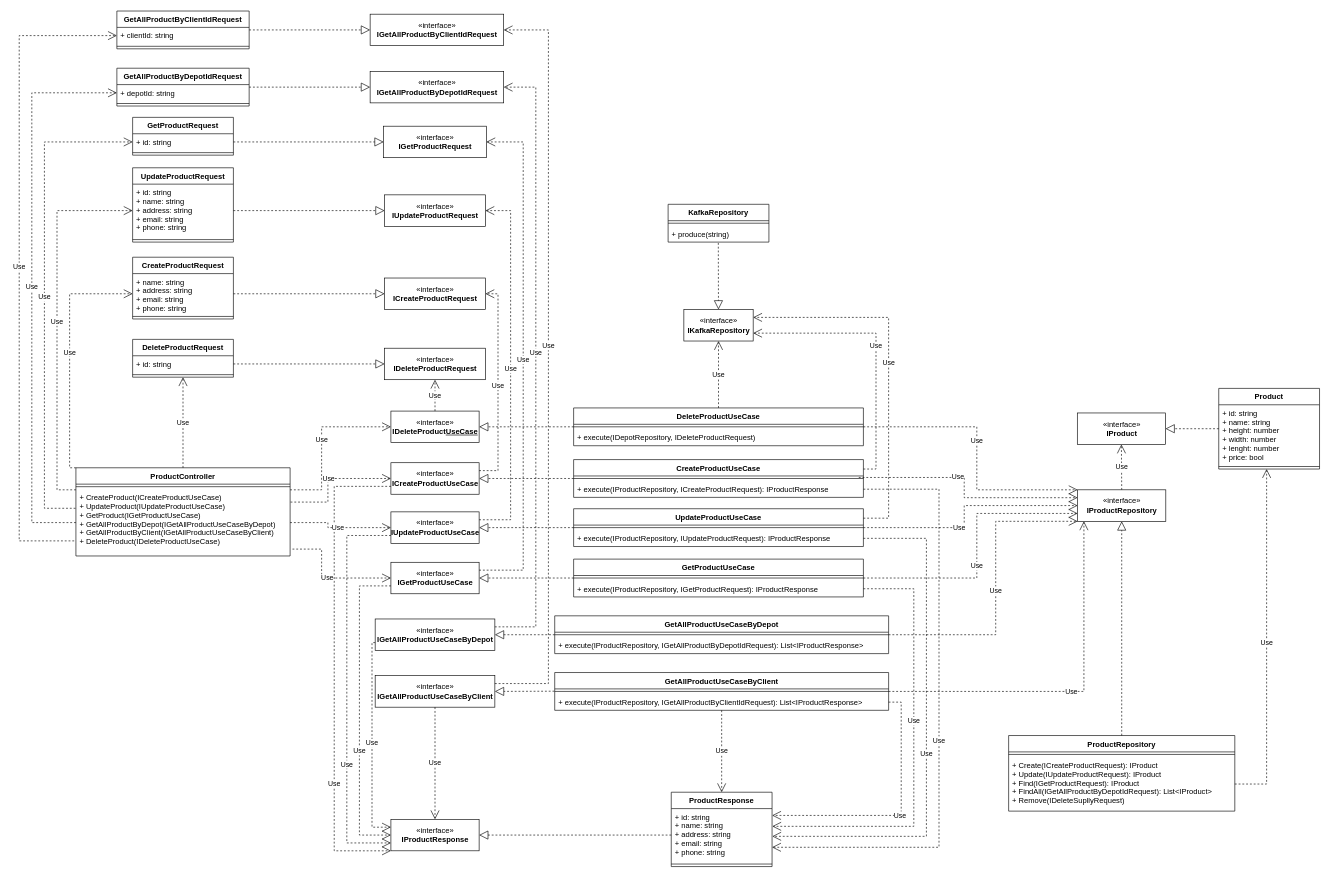
Above: project/diagrams/class-diagrams/products-service/products-service.drawio in bitols/logistics-services-management (draw.io), before the change. Source tidied: cells renumbered, new cells numbered last; positions are measured from the earlier drawing's top-left corner, leaving out a move shared by most shapes. Both pictures are drawn from the tidied source at 63%, with x=0, y=0 at pixel (19, 11).
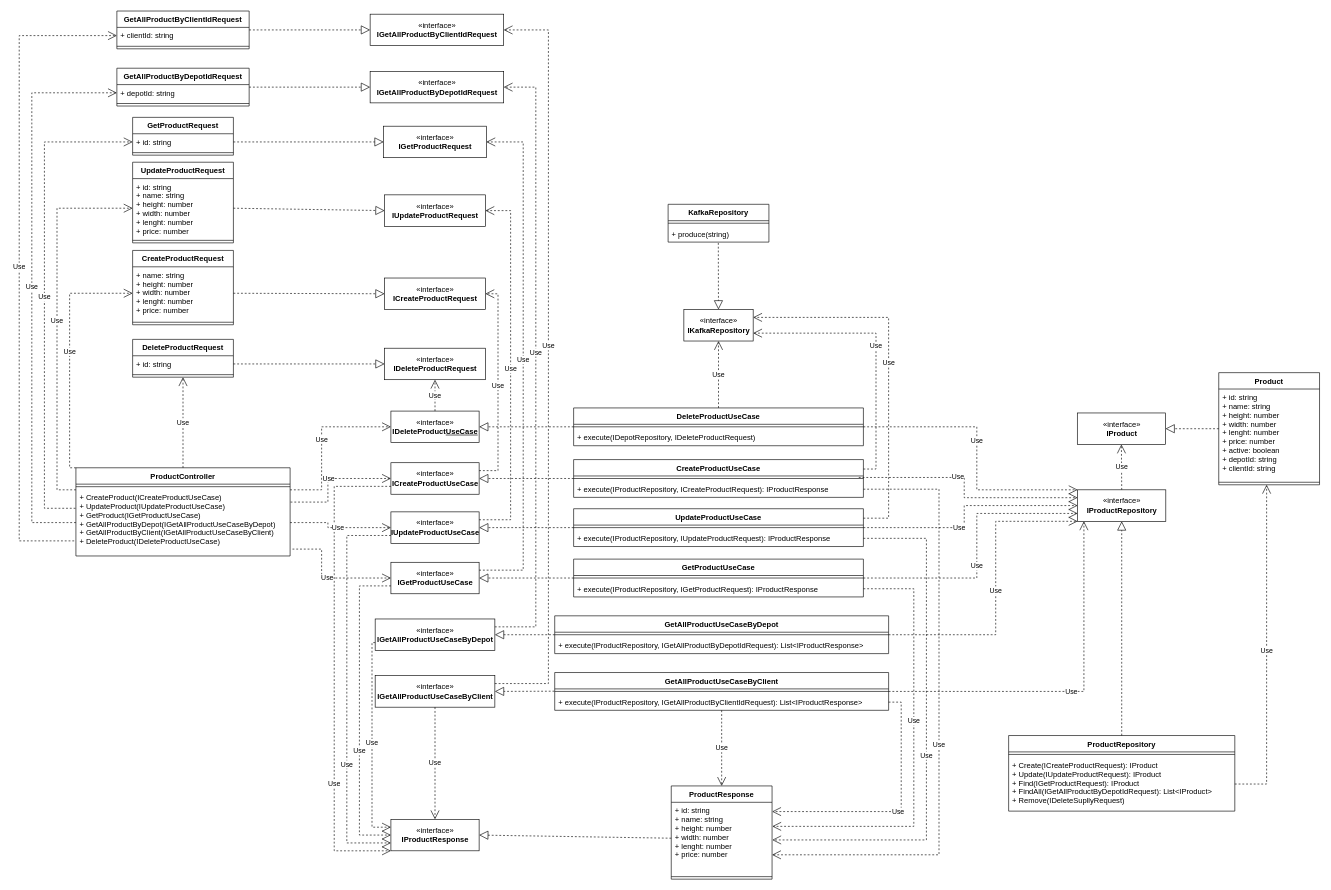
Above is the later version.

Diff of the diagram source:
```diff
@@
     <mxCell id="39" value="UpdateProductRequest" style="swimlane;fontStyle=1;align=center;verticalAlign=top;horizontal=1;startSize=26;" parent="1" vertex="1">
-      <mxGeometry x="180" y="248.8" width="160" height="118" as="geometry" />
+      <mxGeometry x="180" y="240" width="160" height="128" as="geometry" />
     </mxCell>
-    <mxCell id="40" value="+ id: string&#10;+ name: string&#10;+ address: string&#10;+ email: string&#10;+ phone: string" style="text;strokeColor=none;fillColor=none;align=left;verticalAlign=top;spacingLeft=4;spacingRight=4;overflow=hidden;points=[[0,0.5],[1,0.5]];portConstraint=eastwest;" parent="39" vertex="1">
-      <mxGeometry y="26" width="160" height="84" as="geometry" />
+    <mxCell id="40" value="+ id: string&#10;+ name: string&#10;+ height: number&#10;+ width: number&#10;+ lenght: number&#10;+ price: number" style="text;strokeColor=none;fillColor=none;align=left;verticalAlign=top;spacingLeft=4;spacingRight=4;overflow=hidden;points=[[0,0.5],[1,0.5]];portConstraint=eastwest;" parent="39" vertex="1">
+      <mxGeometry y="26" width="160" height="94" as="geometry" />
     </mxCell>
     <mxCell id="41" style="line;strokeWidth=1;fillColor=none;align=left;verticalAlign=middle;spacingTop=-1;spacingLeft=3;spacingRight=3;labelPosition=right;" parent="39" vertex="1">
-      <mxGeometry y="110" width="160" height="8" as="geometry" />
+      <mxGeometry y="120" width="160" height="8" as="geometry" />
     </mxCell>
     <mxCell id="42" value="CreateProductRequest" style="swimlane;fontStyle=1;align=center;verticalAlign=top;horizontal=1;startSize=26;" parent="1" vertex="1">
-      <mxGeometry x="180" y="390.8" width="160" height="98" as="geometry" />
+      <mxGeometry x="180" y="380" width="160" height="118" as="geometry" />
     </mxCell>
-    <mxCell id="43" value="+ name: string&#10;+ address: string&#10;+ email: string&#10;+ phone: string" style="text;strokeColor=none;fillColor=none;align=left;verticalAlign=top;spacingLeft=4;spacingRight=4;overflow=hidden;points=[[0,0.5],[1,0.5]];portConstraint=eastwest;" parent="42" vertex="1">
-      <mxGeometry y="26" width="160" height="64" as="geometry" />
+    <mxCell id="43" value="+ name: string&#10;+ height: number&#10;+ width: number&#10;+ lenght: number&#10;+ price: number" style="text;strokeColor=none;fillColor=none;align=left;verticalAlign=top;spacingLeft=4;spacingRight=4;overflow=hidden;points=[[0,0.5],[1,0.5]];portConstraint=eastwest;" parent="42" vertex="1">
+      <mxGeometry y="26" width="160" height="84" as="geometry" />
     </mxCell>
     <mxCell id="44" style="line;strokeWidth=1;fillColor=none;align=left;verticalAlign=middle;spacingTop=-1;spacingLeft=3;spacingRight=3;labelPosition=right;" parent="42" vertex="1">
-      <mxGeometry y="90" width="160" height="8" as="geometry" />
+      <mxGeometry y="110" width="160" height="8" as="geometry" />
     </mxCell>
@@
     <mxCell id="48" value="ProductResponse" style="swimlane;fontStyle=1;align=center;verticalAlign=top;horizontal=1;startSize=26;" parent="1" vertex="1">
-      <mxGeometry x="1035" y="1240" width="160" height="118" as="geometry" />
+      <mxGeometry x="1035" y="1230" width="160" height="148" as="geometry" />
     </mxCell>
-    <mxCell id="49" value="+ id: string&#10;+ name: string&#10;+ address: string&#10;+ email: string&#10;+ phone: string" style="text;strokeColor=none;fillColor=none;align=left;verticalAlign=top;spacingLeft=4;spacingRight=4;overflow=hidden;points=[[0,0.5],[1,0.5]];portConstraint=eastwest;" parent="48" vertex="1">
-      <mxGeometry y="26" width="160" height="84" as="geometry" />
+    <mxCell id="49" value="+ id: string&#10;+ name: string&#10;+ height: number&#10;+ width: number&#10;+ lenght: number&#10;+ price: number" style="text;strokeColor=none;fillColor=none;align=left;verticalAlign=top;spacingLeft=4;spacingRight=4;overflow=hidden;points=[[0,0.5],[1,0.5]];portConstraint=eastwest;" parent="48" vertex="1">
+      <mxGeometry y="26" width="160" height="114" as="geometry" />
     </mxCell>
     <mxCell id="50" style="line;strokeWidth=1;fillColor=none;align=left;verticalAlign=middle;spacingTop=-1;spacingLeft=3;spacingRight=3;labelPosition=right;" parent="48" vertex="1">
-      <mxGeometry y="110" width="160" height="8" as="geometry" />
+      <mxGeometry y="140" width="160" height="8" as="geometry" />
     </mxCell>
@@
     <mxCell id="121" value="Product" style="swimlane;fontStyle=1;align=center;verticalAlign=top;horizontal=1;startSize=26;" parent="1" vertex="1">
-      <mxGeometry x="1904" y="599" width="160" height="128" as="geometry" />
+      <mxGeometry x="1904" y="574" width="160" height="178" as="geometry" />
     </mxCell>
-    <mxCell id="122" value="+ id: string&#10;+ name: string&#10;+ height: number&#10;+ width: number&#10;+ lenght: number&#10;+ price: bool" style="text;strokeColor=none;fillColor=none;align=left;verticalAlign=top;spacingLeft=4;spacingRight=4;overflow=hidden;" parent="121" vertex="1">
-      <mxGeometry y="26" width="160" height="94" as="geometry" />
+    <mxCell id="122" value="+ id: string&#10;+ name: string&#10;+ height: number&#10;+ width: number&#10;+ lenght: number&#10;+ price: number&#10;+ active: boolean&#10;+ depotId: string&#10;+ clientId: string" style="text;strokeColor=none;fillColor=none;align=left;verticalAlign=top;spacingLeft=4;spacingRight=4;overflow=hidden;" parent="121" vertex="1">
+      <mxGeometry y="26" width="160" height="144" as="geometry" />
     </mxCell>
     <mxCell id="123" style="line;strokeWidth=1;fillColor=none;align=left;verticalAlign=middle;spacingTop=-1;spacingLeft=3;spacingRight=3;labelPosition=right;" parent="121" vertex="1">
-      <mxGeometry y="120" width="160" height="8" as="geometry" />
+      <mxGeometry y="170" width="160" height="8" as="geometry" />
     </mxCell>
```
